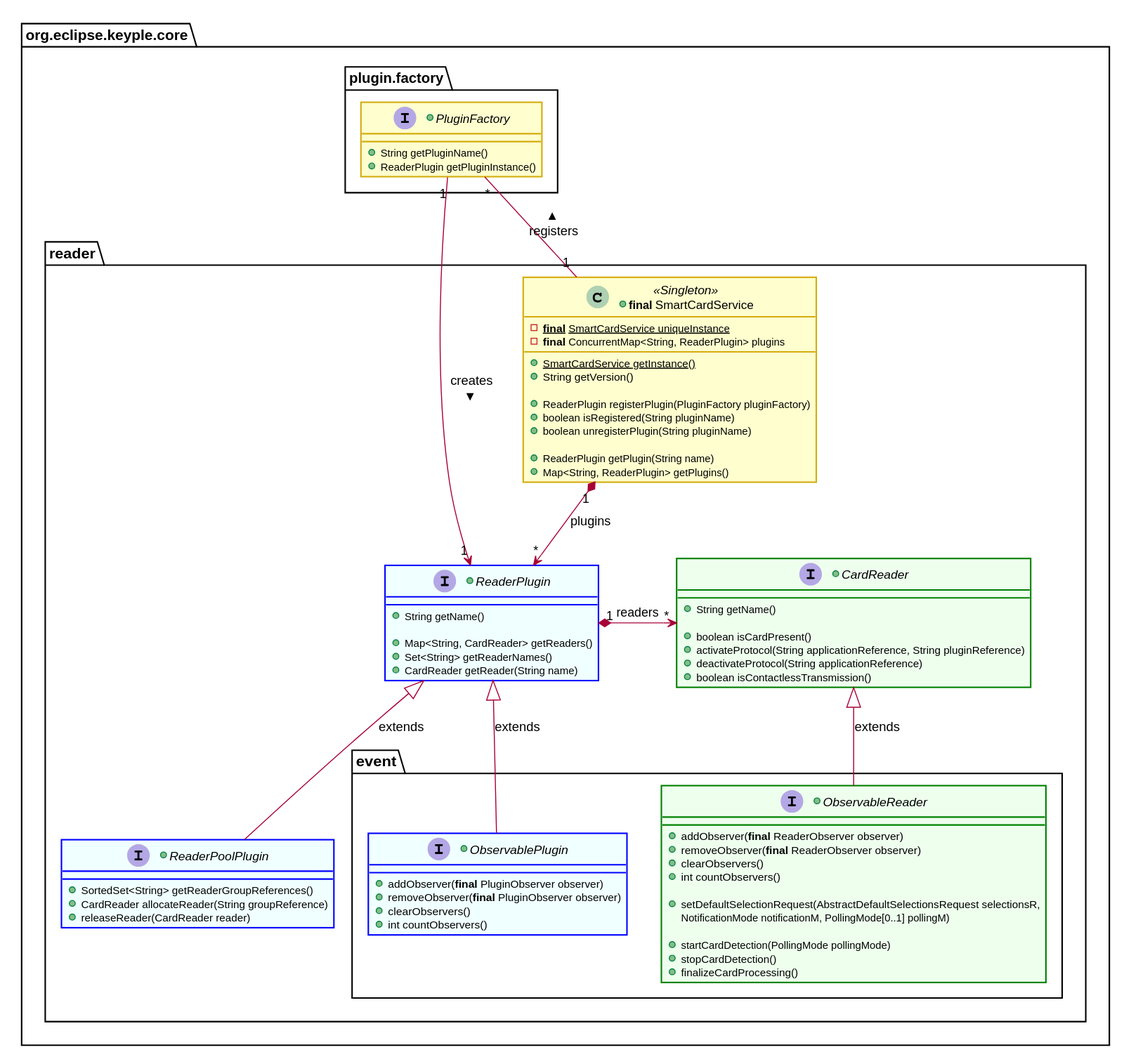
This is docs/KeypleCoreApi/img/KeypleCore_Reader_ClassDiag_PluginSettingAndReaderAccess_1_0_0.svg from calypsonet/keyple, a PlantUML export, as it was before one commit.
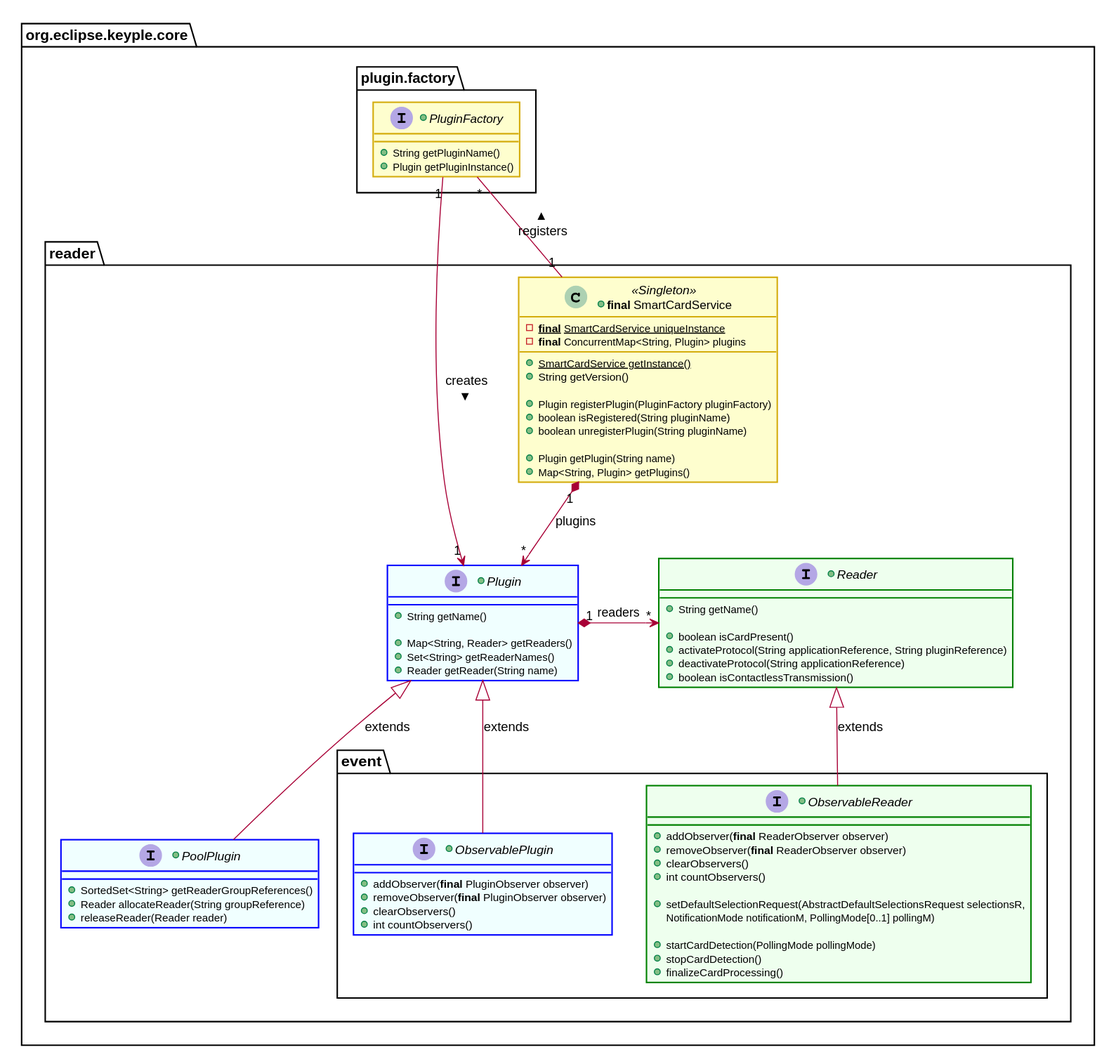
After the commit.

Diff of the diagram source:
```diff
@@ -34,31 +34,31 @@
   package plugin.factory #FFFFFF {
 +interface PluginFactory {
   +String getPluginName()
-  +ReaderPlugin getPluginInstance()
+  +Plugin getPluginInstance()
 }
   }
   package reader #FFFFFF {
 +class "<b>final</b> SmartCardService" as SmartCardService << Singleton >> {
   -<b>final</b> {static}SmartCardService uniqueInstance
-  -<b>final</b> ConcurrentMap<String, ReaderPlugin> plugins
+  -<b>final</b> ConcurrentMap<String, Plugin> plugins
   +{static}SmartCardService getInstance()
   +String getVersion()
 
-  +ReaderPlugin registerPlugin(PluginFactory pluginFactory)
+  +Plugin registerPlugin(PluginFactory pluginFactory)
   +boolean isRegistered(String pluginName)
   +boolean unregisterPlugin(String pluginName)
 
-  +ReaderPlugin getPlugin(String name)
-  +Map<String, ReaderPlugin> getPlugins()
+  +Plugin getPlugin(String name)
+  +Map<String, Plugin> getPlugins()
 }
-+interface ReaderPlugin {
++interface Plugin {
   +String getName()
 
-  +Map<String, CardReader> getReaders()
+  +Map<String, Reader> getReaders()
   +Set<String> getReaderNames()
-  +CardReader getReader(String name)
+  +Reader getReader(String name)
 }
-+interface CardReader {
++interface Reader {
   +String getName()
 
   +boolean isCardPresent()
@@ -67,15 +67,15 @@
   +boolean isContactlessTransmission()
 }
 
-    SmartCardService "1" *-down-> "*" ReaderPlugin : plugins
-    ReaderPlugin "1" *-right-> "*" CardReader : readers
+    SmartCardService "1" *-down-> "*" Plugin : plugins
+    Plugin "1" *-right-> "*" Reader : readers
 
-+interface ReaderPoolPlugin {
++interface PoolPlugin {
   +SortedSet<String> getReaderGroupReferences()
-  +CardReader allocateReader(String groupReference)
-  +releaseReader(CardReader reader)
+  +Reader allocateReader(String groupReference)
+  +releaseReader(Reader reader)
 }
-    ReaderPlugin <|-- ReaderPoolPlugin : extends
+    Plugin <|-- PoolPlugin : extends
 
     package event #FFFFFF {
 +interface ObservablePlugin {
@@ -98,20 +98,20 @@
   +finalizeCardProcessing()
 }
     }
-    ReaderPlugin <|-- ObservablePlugin : extends
-    CardReader <|-- ObservableReader : extends
+    Plugin <|-- ObservablePlugin : extends
+    Reader <|-- ObservableReader : extends
   }
 
   PluginFactory "*" -down- "1" SmartCardService : registers <
-  PluginFactory "1" --> "1" ReaderPlugin : creates >
+  PluginFactory "1" --> "1" Plugin : creates >
 }
 
-interface ReaderPlugin <<Plugin>>
+interface Plugin <<Plugin>>
 interface ObservablePlugin <<Plugin>>
-interface ReaderPoolPlugin <<Plugin>>
+interface PoolPlugin <<Plugin>>
 hide <<Plugin>> stereotype
 
-interface CardReader <<Reader>>
+interface Reader <<Reader>>
 interface ObservableReader <<Reader>>
 hide <<Reader>> stereotype
 
```
